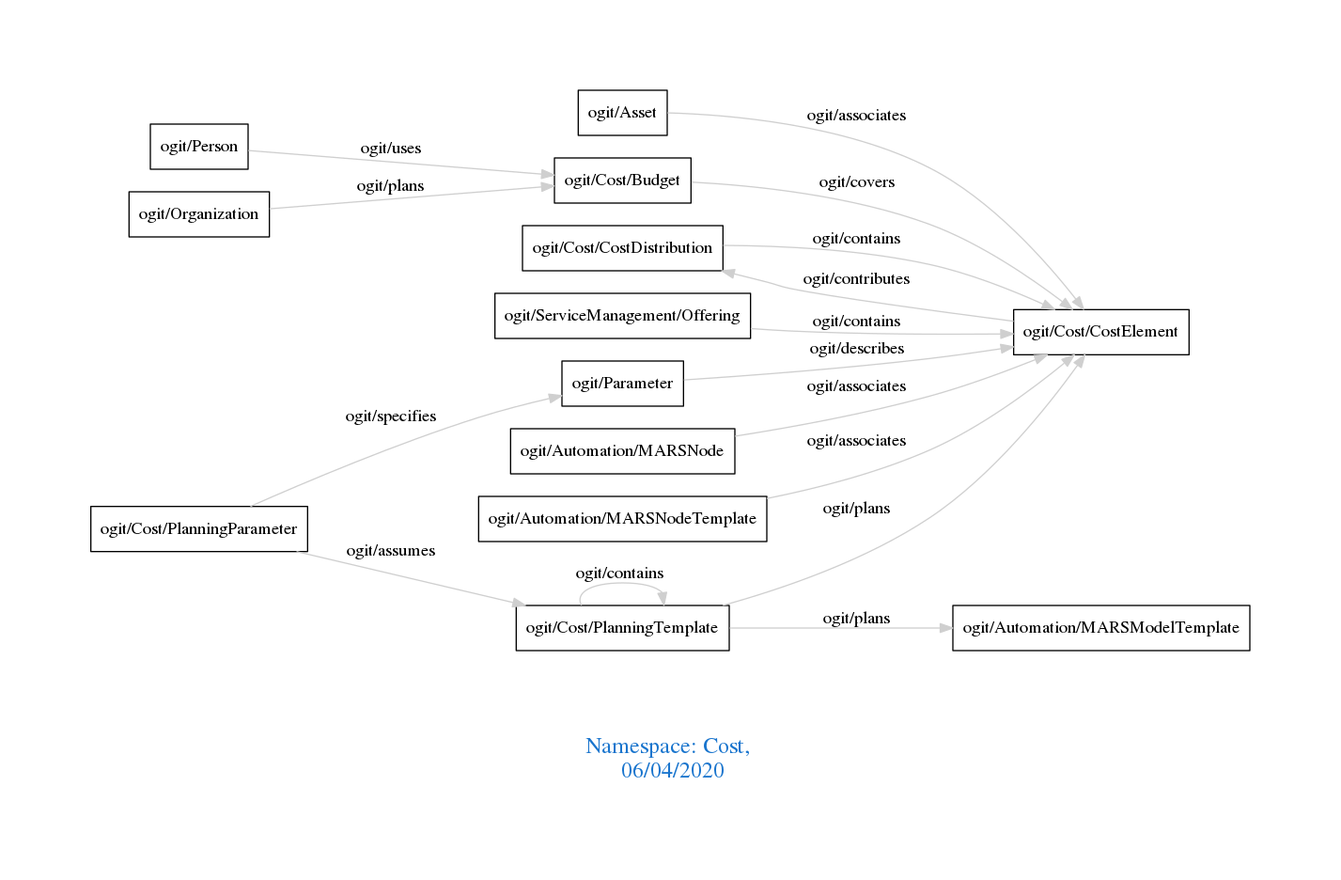
Before: downloads/Cost.png, a diagram exported from Graphviz (arago/OGIT). Its source is kept beside it as downloads/Cost.dot.
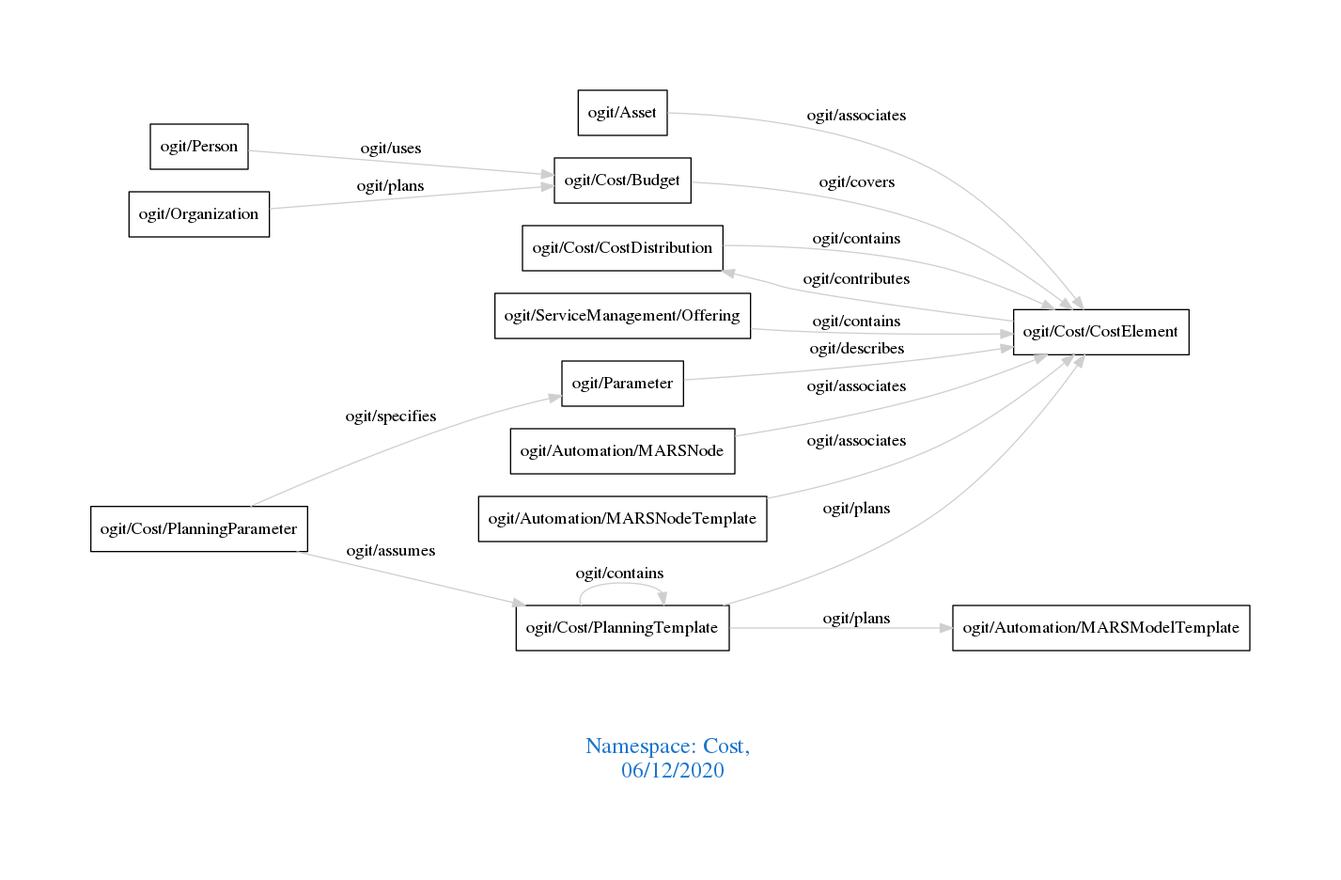
Above is the later version.

Change to the diagram source:
```diff
@@ -1,7 +1,7 @@
 digraph OGIT_ontology {
  graph [ rankdir= LR,pad=1
 fontsize = 18,
-fontcolor= dodgerblue3,label = "\n\n\nNamespace: Cost, \n 06/04/2020"];
+fontcolor= dodgerblue3,label = "\n\n\nNamespace: Cost, \n 06/12/2020"];
 node[shape=polygon];
 edge [  color="gray81"];
 
```
